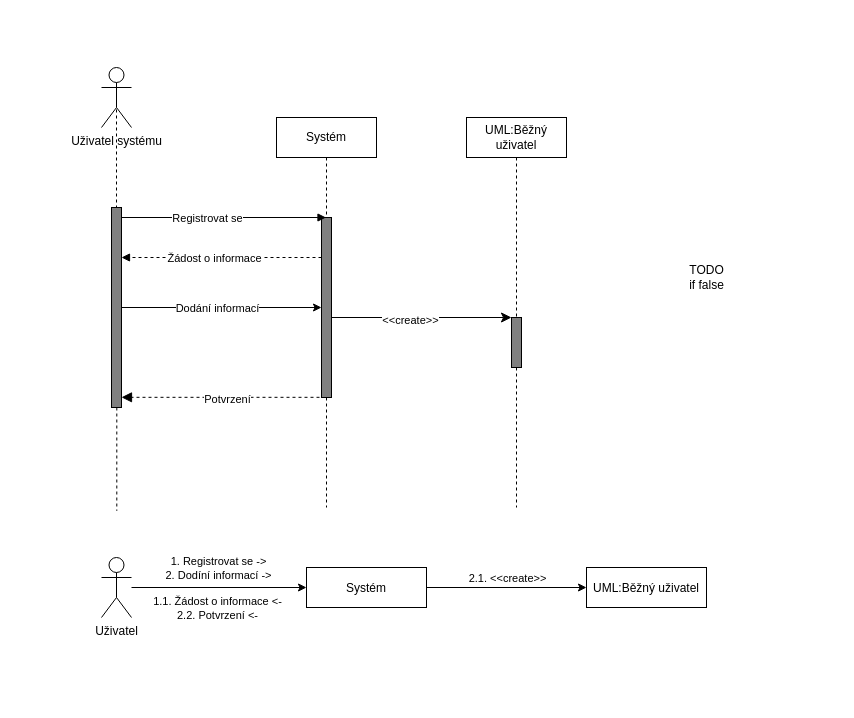
Before: page "Regidter" (1 of 12) of IUS/IUS_projekt/Sequence.drawio in dan1235689/Diagrams, a draw.io diagram. Source tidied: cells renumbered, new cells numbered last; positions are measured from the earlier drawing's top-left corner, leaving out a move shared by most shapes. Both pictures are drawn from the tidied source at 100%, with x=0, y=0 at pixel (101, 67).
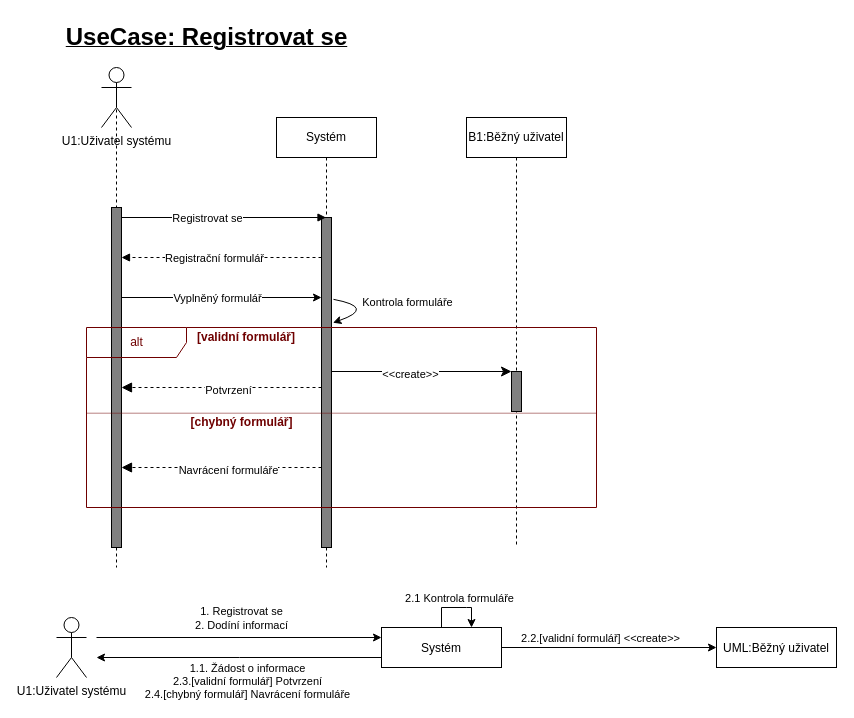
The same diagram, later.

The change refers to these unchanged cells:
```xml
<mxCell id="12" style="html=1;verticalAlign=bottom;labelBackgroundColor=none;endArrow=block;endFill=1;dashed=1;" parent="1" edge="1" source="3" target="9">
  <mxGeometry relative="1" as="geometry">
    <Array as="points">
      <mxPoint x="115" y="190" />
    </Array>
  </mxGeometry>
</mxCell>
<mxCell id="21" style="edgeStyle=none;html=1;exitX=1;exitY=0.5;exitDx=0;exitDy=0;startArrow=none;startFill=0;endArrow=classic;endFill=1;" parent="1" edge="1" source="23" target="24">
  <mxGeometry relative="1" as="geometry" />
</mxCell>
```

What changed in the source:
```diff
@@
     <mxCell id="2" value="Systém" style="shape=umlLifeline;perimeter=lifelinePerimeter;whiteSpace=wrap;html=1;outlineConnect=0;" parent="1" vertex="1">
-      <mxGeometry x="175" y="50" width="100" height="390" as="geometry" />
+      <mxGeometry x="175" y="50" width="100" height="450" as="geometry" />
     </mxCell>
     <mxCell id="3" style="html=1;points=[];perimeter=orthogonalPerimeter;fillColor=#808080;" parent="2" vertex="1">
-      <mxGeometry x="45" y="100" width="10" height="180" as="geometry" />
+      <mxGeometry x="45" y="100" width="10" height="330" as="geometry" />
     </mxCell>
+    <mxCell id="30" style="edgeStyle=none;curved=1;html=1;exitX=1.152;exitY=0.319;exitDx=0;exitDy=0;exitPerimeter=0;fontColor=#FFFFFF;startArrow=classic;startFill=1;endArrow=none;endFill=0;entryX=1.198;entryY=0.248;entryDx=0;entryDy=0;entryPerimeter=0;" parent="2" edge="1" source="3" target="3">
+      <mxGeometry relative="1" as="geometry">
+        <Array as="points">
+          <mxPoint x="100" y="190" />
+        </Array>
+      </mxGeometry>
+    </mxCell>
+    <mxCell id="31" value="&lt;font style=&quot;background-color: rgb(255, 255, 255);&quot; color=&quot;#000000&quot;&gt;Kontrola formuláře&lt;/font&gt;" style="edgeLabel;html=1;align=center;verticalAlign=middle;fontColor=#FFFFFF;" parent="30" vertex="1">
+      <mxGeometry x="0.73" relative="1" as="geometry">
+        <mxPoint x="62" as="offset" />
+      </mxGeometry>
+    </mxCell>
@@
     <mxCell id="5" style="edgeStyle=none;html=1;endArrow=classic;endFill=1;" parent="1" edge="1" source="9" target="3">
-      <mxGeometry relative="1" as="geometry" />
+      <mxGeometry relative="1" as="geometry">
+        <Array as="points">
+          <mxPoint x="125" y="230" />
+        </Array>
+      </mxGeometry>
     </mxCell>
-    <mxCell id="6" value="Dodání informací" style="edgeLabel;html=1;align=center;verticalAlign=middle;" parent="5" vertex="1">
+    <mxCell id="6" value="Vyplněný formulář" style="edgeLabel;html=1;align=center;verticalAlign=middle;" parent="5" vertex="1">
       <mxGeometry x="0.14" y="-1" relative="1" as="geometry">
         <mxPoint x="-19" y="-1" as="offset" />
       </mxGeometry>
     </mxCell>
-    <mxCell id="7" value="Uživatel systému" style="shape=umlActor;verticalLabelPosition=bottom;verticalAlign=top;html=1;" parent="1" vertex="1">
+    <mxCell id="7" value="U1:Uživatel systému" style="shape=umlActor;verticalLabelPosition=bottom;verticalAlign=top;html=1;" parent="1" vertex="1">
       <mxGeometry width="30" height="60" as="geometry" />
     </mxCell>
@@
     <mxCell id="9" style="html=1;points=[];perimeter=orthogonalPerimeter;fillColor=#808080;" parent="1" vertex="1">
-      <mxGeometry x="10" y="140" width="10" height="200" as="geometry" />
+      <mxGeometry x="10" y="140" width="10" height="340" as="geometry" />
     </mxCell>
@@
-    <mxCell id="13" value="Žádost o informace" style="edgeLabel;html=1;align=center;verticalAlign=middle;" parent="12" vertex="1">
+    <mxCell id="13" value="Registrační formulář" style="edgeLabel;html=1;align=center;verticalAlign=middle;" parent="12" vertex="1">
       <mxGeometry x="0.23" y="-1" relative="1" as="geometry">
         <mxPoint x="15" y="1" as="offset" />
       </mxGeometry>
     </mxCell>
-    <mxCell id="14" value="&lt;span style=&quot;&quot;&gt;UML:Běžný uživatel&lt;/span&gt;" style="shape=umlLifeline;perimeter=lifelinePerimeter;whiteSpace=wrap;html=1;" parent="1" vertex="1">
-      <mxGeometry x="365" y="50" width="100" height="390" as="geometry" />
+    <mxCell id="14" value="&lt;span style=&quot;&quot;&gt;B1:Běžný uživatel&lt;/span&gt;" style="shape=umlLifeline;perimeter=lifelinePerimeter;whiteSpace=wrap;html=1;" parent="1" vertex="1">
+      <mxGeometry x="365" y="50" width="100" height="430" as="geometry" />
     </mxCell>
     <mxCell id="15" style="html=1;points=[];perimeter=orthogonalPerimeter;fillColor=#808080;" parent="14" vertex="1">
-      <mxGeometry x="45" y="200" width="10" height="50" as="geometry" />
+      <mxGeometry x="45" y="254" width="10" height="40" as="geometry" />
     </mxCell>
-    <mxCell id="16" style="endArrow=classic;startArrow=none;endFill=1;startFill=0;endSize=8;html=1;verticalAlign=bottom;labelBackgroundColor=none;" parent="1" edge="1" source="3" target="15">
-      <mxGeometry relative="1" as="geometry" />
+    <mxCell id="16" style="endArrow=classic;startArrow=none;endFill=1;startFill=0;endSize=8;html=1;verticalAlign=bottom;labelBackgroundColor=none;" parent="1" edge="1">
+      <mxGeometry relative="1" as="geometry">
+        <mxPoint x="230" y="304" as="sourcePoint" />
+        <mxPoint x="410" y="304" as="targetPoint" />
+        <Array as="points">
+          <mxPoint x="315" y="304" />
+        </Array>
+      </mxGeometry>
     </mxCell>
@@
-    <mxCell id="18" style="endArrow=block;startArrow=none;endFill=1;startFill=0;endSize=8;html=1;verticalAlign=bottom;dashed=1;labelBackgroundColor=none;exitX=-0.2;exitY=0.999;exitDx=0;exitDy=0;exitPerimeter=0;" parent="1" edge="1" source="3" target="9">
-      <mxGeometry relative="1" as="geometry" />
+    <mxCell id="18" style="endArrow=block;startArrow=none;endFill=1;startFill=0;endSize=8;html=1;verticalAlign=bottom;dashed=1;labelBackgroundColor=none;" parent="1" edge="1" source="3" target="9">
+      <mxGeometry relative="1" as="geometry">
+        <Array as="points">
+          <mxPoint x="115" y="320" />
+        </Array>
+      </mxGeometry>
     </mxCell>
@@
-    <mxCell id="20" style="edgeStyle=none;html=1;dashed=1;endArrow=none;endFill=0;startArrow=none;entryX=0.508;entryY=0.583;entryDx=0;entryDy=0;entryPerimeter=0;" parent="1" edge="1" source="9">
+    <mxCell id="20" style="edgeStyle=none;html=1;dashed=1;endArrow=none;endFill=0;startArrow=none;" parent="1" edge="1" source="9">
       <mxGeometry relative="1" as="geometry">
-        <mxPoint x="15.3" y="443.3" as="targetPoint" />
+        <mxPoint x="15" y="500" as="targetPoint" />
       </mxGeometry>
     </mxCell>
@@
-    <mxCell id="22" value="2.1. &amp;lt;&amp;lt;create&amp;gt;&amp;gt;" style="edgeLabel;html=1;align=center;verticalAlign=middle;" parent="21" vertex="1">
+    <mxCell id="22" value="2.2.[validní formulář] &amp;lt;&amp;lt;create&amp;gt;&amp;gt;" style="edgeLabel;html=1;align=center;verticalAlign=middle;" parent="21" vertex="1">
       <mxGeometry x="-0.35" y="-1" relative="1" as="geometry">
         <mxPoint x="28" y="-11" as="offset" />
       </mxGeometry>
     </mxCell>
+    <mxCell id="32" style="edgeStyle=orthogonalEdgeStyle;rounded=0;jettySize=auto;html=1;exitX=0;exitY=0.75;exitDx=0;exitDy=0;" parent="1" edge="1" source="23">
+      <mxGeometry relative="1" as="geometry">
+        <mxPoint x="-5" y="590" as="targetPoint" />
+      </mxGeometry>
+    </mxCell>
     <mxCell id="23" value="Systém" style="fontStyle=0;" parent="1" vertex="1">
-      <mxGeometry x="205" y="500" width="120" height="40" as="geometry" />
+      <mxGeometry x="280" y="560" width="120" height="40" as="geometry" />
     </mxCell>
     <mxCell id="24" value="UML:Běžný uživatel" style="fontStyle=0;" parent="1" vertex="1">
-      <mxGeometry x="485" y="500" width="120" height="40" as="geometry" />
+      <mxGeometry x="615" y="560" width="120" height="40" as="geometry" />
     </mxCell>
-    <mxCell id="25" style="edgeStyle=none;html=1;" parent="1" edge="1" source="28" target="23">
-      <mxGeometry relative="1" as="geometry" />
+    <mxCell id="25" style="edgeStyle=none;html=1;entryX=0;entryY=0.25;entryDx=0;entryDy=0;" parent="1" edge="1" target="23">
+      <mxGeometry relative="1" as="geometry">
+        <mxPoint x="-5" y="570" as="sourcePoint" />
+      </mxGeometry>
     </mxCell>
-    <mxCell id="26" value="1.1. Žádost o informace &amp;lt;-&lt;br&gt;2.2. Potvrzení &amp;lt;-" style="edgeLabel;html=1;align=center;verticalAlign=middle;" parent="25" vertex="1">
+    <mxCell id="26" value="1.1. Žádost o informace&lt;br&gt;2.3.[validní formulář] Potvrzení&lt;br&gt;2.4.[chybný formulář] Navrácení formuláře" style="edgeLabel;html=1;align=center;verticalAlign=middle;" parent="25" vertex="1">
       <mxGeometry x="-0.11" y="1" relative="1" as="geometry">
-        <mxPoint x="7" y="21" as="offset" />
+        <mxPoint x="23" y="44" as="offset" />
       </mxGeometry>
     </mxCell>
-    <mxCell id="27" value="1. Registrovat se -&amp;gt;&lt;br&gt;2. Dodíní informací -&amp;gt;" style="edgeLabel;html=1;align=center;verticalAlign=middle;" parent="25" vertex="1">
+    <mxCell id="27" value="1. Registrovat se&lt;br&gt;2. Dodíní informací" style="edgeLabel;html=1;align=center;verticalAlign=middle;" parent="25" vertex="1">
       <mxGeometry x="0.06" relative="1" as="geometry">
         <mxPoint x="-7" y="-20" as="offset" />
       </mxGeometry>
     </mxCell>
-    <mxCell id="28" value="Uživatel" style="shape=umlActor;verticalLabelPosition=bottom;verticalAlign=top;html=1;" parent="1" vertex="1">
-      <mxGeometry y="490" width="30" height="60" as="geometry" />
+    <mxCell id="28" value="U1:Uživatel systému" style="shape=umlActor;verticalLabelPosition=bottom;verticalAlign=top;html=1;" parent="1" vertex="1">
+      <mxGeometry x="-45" y="550" width="30" height="60" as="geometry" />
     </mxCell>
-    <mxCell id="29" value="TODO&lt;br&gt;if false" style="text;html=1;align=center;verticalAlign=middle;strokeColor=none;fillColor=none;" parent="1" vertex="1">
-      <mxGeometry x="575" y="190" width="60" height="40" as="geometry" />
-    </mxCell>
+    <mxCell id="33" style="endArrow=block;startArrow=none;endFill=1;startFill=0;endSize=8;html=1;verticalAlign=bottom;dashed=1;labelBackgroundColor=none;" parent="1" edge="1" source="3" target="9">
+      <mxGeometry relative="1" as="geometry">
+        <Array as="points">
+          <mxPoint x="115" y="400" />
+        </Array>
+      </mxGeometry>
+    </mxCell>
+    <mxCell id="34" value="Navrácení formuláře" style="edgeLabel;html=1;align=center;verticalAlign=middle;" parent="33" vertex="1">
+      <mxGeometry x="0.13" y="2" relative="1" as="geometry">
+        <mxPoint x="19" as="offset" />
+      </mxGeometry>
+    </mxCell>
+    <mxCell id="35" value="&lt;font color=&quot;#6f0000&quot;&gt;alt&lt;/font&gt;" style="shape=umlFrame;tabWidth=110;tabHeight=30;tabPosition=left;html=1;boundedLbl=1;labelInHeader=1;width=100;height=30;fillColor=none;fontColor=#ffffff;strokeColor=#6F0000;swimlaneFillColor=none;" parent="1" vertex="1">
+      <mxGeometry x="-15" y="260" width="510" height="180" as="geometry" />
+    </mxCell>
+    <mxCell id="36" value="[validní formulář]" style="text;fontStyle=1;fontColor=#6F0000;" parent="35" vertex="1">
+      <mxGeometry width="100" height="20" relative="1" as="geometry">
+        <mxPoint x="109" y="-4" as="offset" />
+      </mxGeometry>
+    </mxCell>
+    <mxCell id="37" style="line;strokeWidth=1;dashed=1;labelPosition=center;verticalLabelPosition=bottom;align=left;verticalAlign=top;spacingLeft=20;spacingTop=15;dashPattern=1 1;fillColor=#60a917;fontColor=#ffffff;strokeColor=#6F0000;" parent="35" vertex="1">
+      <mxGeometry y="51.4" width="510" height="68.6" as="geometry" />
+    </mxCell>
+    <mxCell id="38" value="&lt;b&gt;&lt;font color=&quot;#6f0000&quot;&gt;[chybný formulář]&lt;/font&gt;&lt;/b&gt;" style="text;html=1;align=center;verticalAlign=middle;strokeColor=none;fillColor=none;" parent="35" vertex="1">
+      <mxGeometry x="90" y="80" width="130" height="30" as="geometry" />
+    </mxCell>
+    <mxCell id="39" style="edgeStyle=orthogonalEdgeStyle;rounded=0;orthogonalLoop=1;jettySize=auto;html=1;exitX=0.5;exitY=0;exitDx=0;exitDy=0;entryX=0.75;entryY=0;entryDx=0;entryDy=0;" parent="1" edge="1" source="23" target="23">
+      <mxGeometry relative="1" as="geometry">
+        <Array as="points">
+          <mxPoint x="365" y="540" />
+          <mxPoint x="395" y="540" />
+        </Array>
+      </mxGeometry>
+    </mxCell>
+    <mxCell id="40" value="2.1 Kontrola formuláře" style="edgeLabel;html=1;align=center;verticalAlign=middle;" parent="39" vertex="1">
+      <mxGeometry x="0.05" y="1" relative="1" as="geometry">
+        <mxPoint y="-9" as="offset" />
+      </mxGeometry>
+    </mxCell>
+    <mxCell id="41" value="&lt;font color=&quot;#000000&quot; style=&quot;font-size: 24px;&quot;&gt;UseCase: Registrovat se&lt;/font&gt;" style="text;html=1;align=center;verticalAlign=middle;strokeColor=none;fillColor=none;fontStyle=5;" parent="1" vertex="1">
+      <mxGeometry x="-45" y="-50" width="300" height="40" as="geometry" />
+    </mxCell>
```
